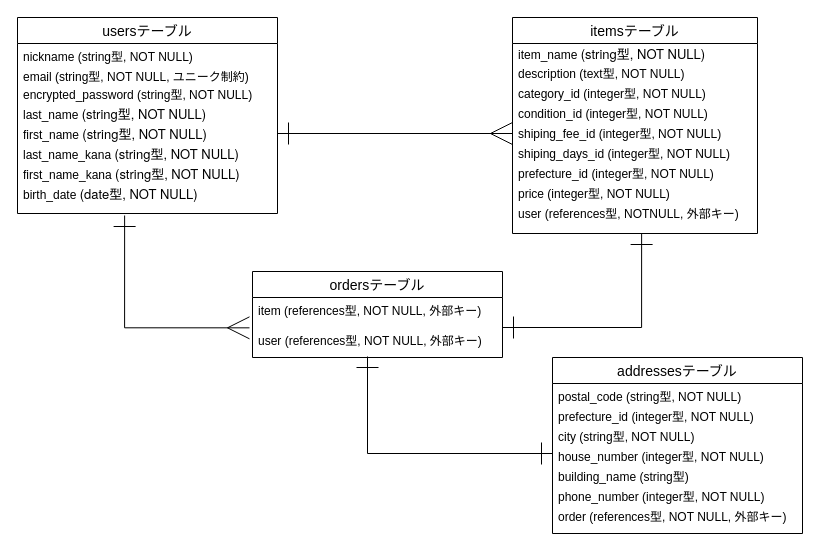
Above: furima.dio in 08081108/furima-42460 (draw.io), before the change. Source tidied: cells renumbered, new cells numbered last; positions are measured from the earlier drawing's top-left corner, leaving out a move shared by most shapes. Both pictures are drawn from the tidied source at 100%, with x=0, y=0 at pixel (17, 17).
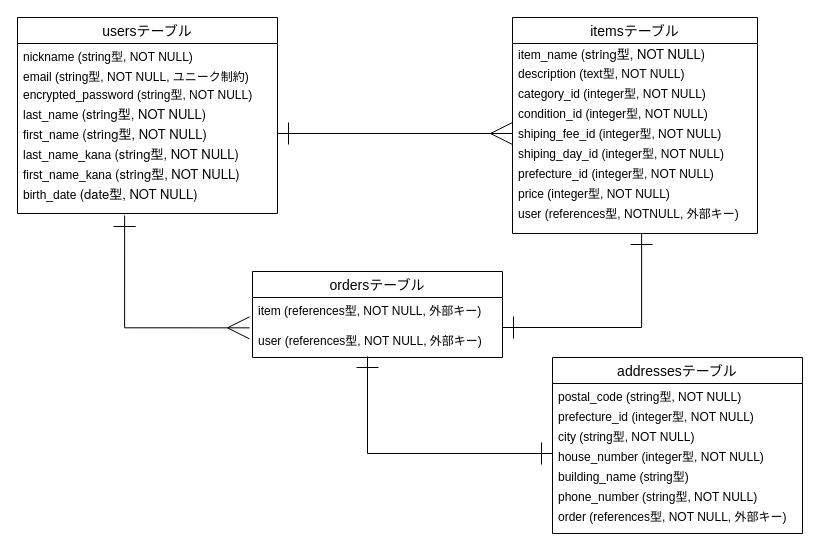
The same page after the edit.

Unchanged cells that the change refers to:
```xml
<mxCell id="14" value="addressesテーブル" style="swimlane;fontStyle=0;horizontal=1;startSize=26;align=center;fontSize=14;" parent="1" vertex="1">
  <mxGeometry x="535" y="340" width="250" height="176" as="geometry" />
</mxCell>
<mxCell id="22" value="itemsテーブル" style="swimlane;fontStyle=0;horizontal=1;startSize=26;align=center;fontSize=14;" parent="1" vertex="1">
  <mxGeometry x="495" width="245" height="216" as="geometry" />
</mxCell>
```

The edit, as a diff of the source:
```diff
@@
-    <mxCell id="20" value="phone_number (integer型, NOT NULL)" style="text;strokeColor=none;fillColor=none;spacingLeft=4;spacingRight=4;overflow=hidden;fontSize=12;whiteSpace=wrap;html=1;fontFamily=Helvetica;fontColor=default;" parent="14" vertex="1">
+    <mxCell id="20" value="phone_number (string型, NOT NULL)" style="text;strokeColor=none;fillColor=none;spacingLeft=4;spacingRight=4;overflow=hidden;fontSize=12;whiteSpace=wrap;html=1;fontFamily=Helvetica;fontColor=default;" parent="14" vertex="1">
       <mxGeometry y="126" width="250" height="20" as="geometry" />
     </mxCell>
@@
-    <mxCell id="28" value="shiping_days_id (integer型, NOT NULL)" style="text;strokeColor=none;fillColor=none;spacingLeft=4;spacingRight=4;overflow=hidden;fontSize=12;whiteSpace=wrap;html=1;spacingTop=-3;" parent="22" vertex="1">
+    <mxCell id="28" value="shiping_day_id (integer型, NOT NULL)" style="text;strokeColor=none;fillColor=none;spacingLeft=4;spacingRight=4;overflow=hidden;fontSize=12;whiteSpace=wrap;html=1;spacingTop=-3;" parent="22" vertex="1">
       <mxGeometry y="126" width="245" height="20" as="geometry" />
     </mxCell>
```
